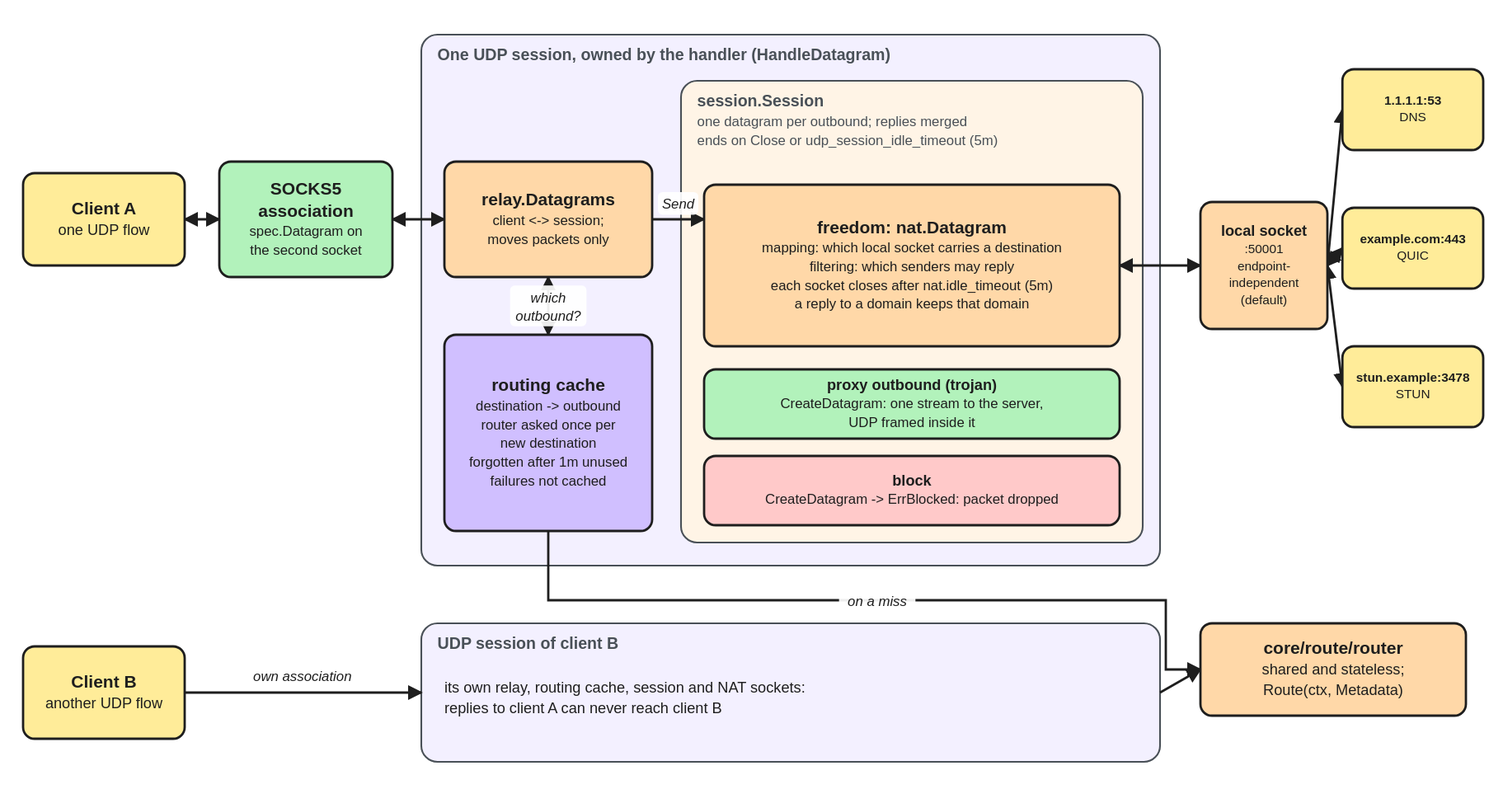
The Excalidraw diagram docs/assets/diagrams/udp-session-structure.excalidraw.svg in we-apranik/apranik, before a commit. Source tidied: one line per element, renumbered; positions are measured from the earlier drawing's top-left corner, leaving out a move shared by most shapes.
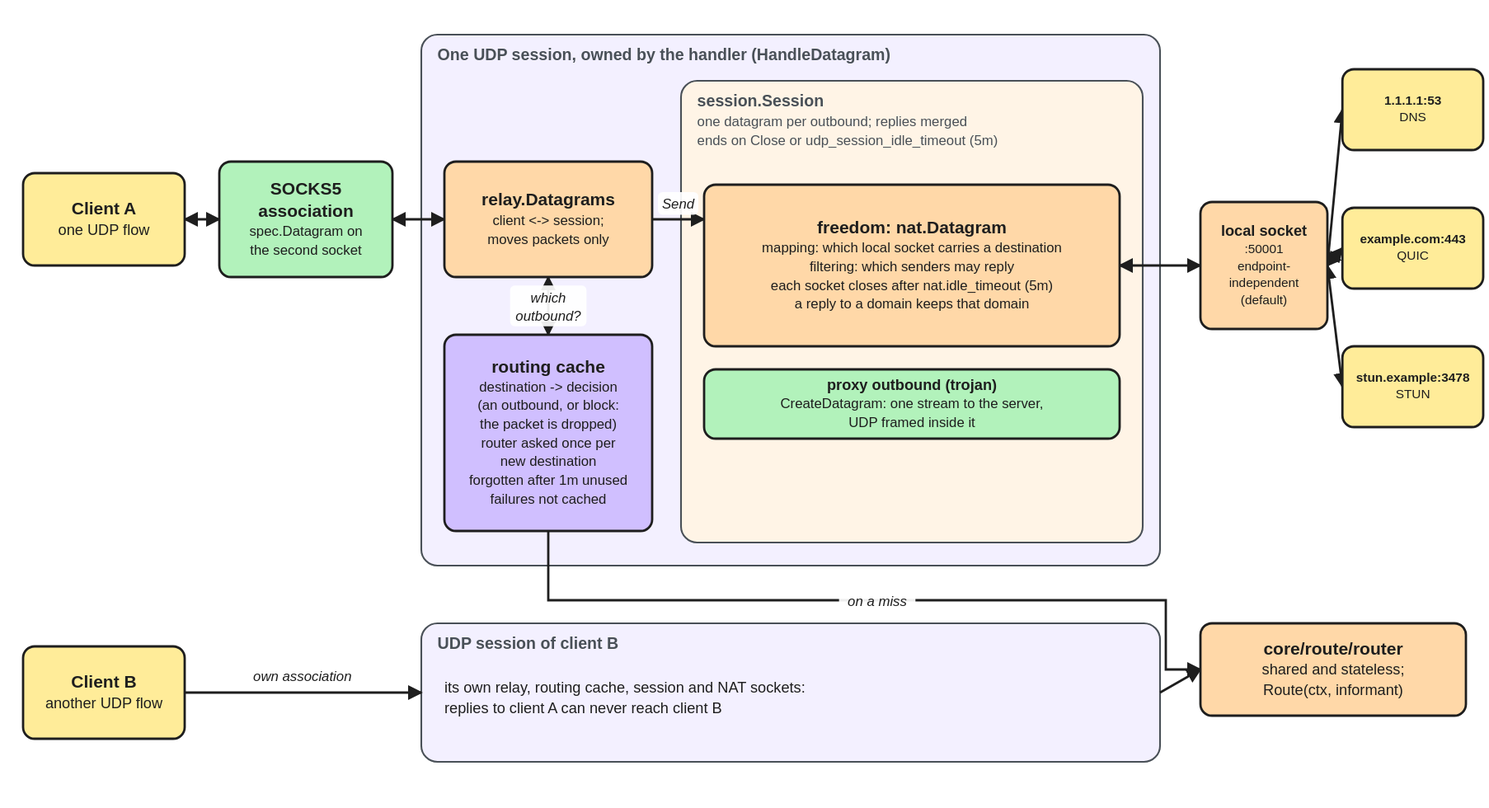
Above is the later version.

Commit message:
Show decisions in the UDP session diagram and drop its block outbound

Diff of the diagram source:
```diff
@@ -11,13 +11,11 @@
 {"id": 10, "type": "rectangle", "strokeColor": "#1e1e1e", "backgroundColor": "#ffd8a8", "fillStyle": "solid", "strokeWidth": 2, "roughness": 0, "round": true, "x": 365, "y": 110, "width": 180, "height": 100}
 {"id": 11, "type": "text", "text": "relay.Datagrams\nclient <-> session;\nmoves packets only", "strokeColor": "#1e1e1e", "strokeWidth": 2, "roughness": 0, "fontSize": 12, "fontFamily": 2, "textAlign": "center", "verticalAlign": "middle", "inside": 10, "x": 365, "y": 110, "width": 180, "height": 45}
 {"id": 12, "type": "rectangle", "strokeColor": "#1e1e1e", "backgroundColor": "#d0bfff", "fillStyle": "solid", "strokeWidth": 2, "roughness": 0, "round": true, "x": 365, "y": 260, "width": 180, "height": 170}
-{"id": 13, "type": "text", "text": "routing cache\ndestination -> outbound\nrouter asked once per\nnew destination\nforgotten after 1m unused\nfailures not cached", "strokeColor": "#1e1e1e", "strokeWidth": 2, "roughness": 0, "fontSize": 12, "fontFamily": 2, "textAlign": "center", "verticalAlign": "middle", "inside": 12, "x": 365, "y": 260, "width": 180, "height": 90}
+{"id": 13, "type": "text", "text": "routing cache\ndestination -> decision\n(an outbound, or block:\nthe packet is dropped)\nrouter asked once per\nnew destination\nforgotten after 1m unused\nfailures not cached", "strokeColor": "#1e1e1e", "strokeWidth": 2, "roughness": 0, "fontSize": 12, "fontFamily": 2, "textAlign": "center", "verticalAlign": "middle", "inside": 12, "x": 365, "y": 260, "width": 180, "height": 120}
 {"id": 14, "type": "rectangle", "strokeColor": "#1e1e1e", "backgroundColor": "#ffd8a8", "fillStyle": "solid", "strokeWidth": 2, "roughness": 0, "round": true, "x": 590, "y": 130, "width": 360, "height": 140}
 {"id": 15, "type": "text", "text": "freedom: nat.Datagram\nmapping: which local socket carries a destination\nfiltering: which senders may reply\neach socket closes after nat.idle_timeout (5m)\na reply to a domain keeps that domain", "strokeColor": "#1e1e1e", "strokeWidth": 2, "roughness": 0, "fontSize": 12, "fontFamily": 2, "textAlign": "center", "verticalAlign": "middle", "inside": 14, "x": 590, "y": 130, "width": 360, "height": 75}
 {"id": 16, "type": "rectangle", "strokeColor": "#1e1e1e", "backgroundColor": "#b2f2bb", "fillStyle": "solid", "strokeWidth": 2, "roughness": 0, "round": true, "x": 590, "y": 290, "width": 360, "height": 60}
 {"id": 17, "type": "text", "text": "proxy outbound (trojan)\nCreateDatagram: one stream to the server,\nUDP framed inside it", "strokeColor": "#1e1e1e", "strokeWidth": 2, "roughness": 0, "fontSize": 12, "fontFamily": 2, "textAlign": "center", "verticalAlign": "middle", "inside": 16, "x": 590, "y": 290, "width": 360, "height": 45}
-{"id": 18, "type": "rectangle", "strokeColor": "#1e1e1e", "backgroundColor": "#ffc9c9", "fillStyle": "solid", "strokeWidth": 2, "roughness": 0, "round": true, "x": 590, "y": 365, "width": 360, "height": 60}
-{"id": 19, "type": "text", "text": "block\nCreateDatagram -> ErrBlocked: packet dropped", "strokeColor": "#1e1e1e", "strokeWidth": 2, "roughness": 0, "fontSize": 12, "fontFamily": 2, "textAlign": "center", "verticalAlign": "middle", "inside": 18, "x": 590, "y": 365, "width": 360, "height": 30}
 {"id": 20, "type": "rectangle", "strokeColor": "#1e1e1e", "backgroundColor": "#ffd8a8", "fillStyle": "solid", "strokeWidth": 2, "roughness": 0, "round": true, "x": 1020, "y": 145, "width": 110, "height": 110}
 {"id": 21, "type": "text", "text": "local socket\n:50001\nendpoint-\nindependent\n(default)", "strokeColor": "#1e1e1e", "strokeWidth": 2, "roughness": 0, "fontSize": 11, "fontFamily": 2, "textAlign": "center", "verticalAlign": "middle", "inside": 20, "x": 1020, "y": 145, "width": 110, "height": 69}
 {"id": 22, "type": "rectangle", "strokeColor": "#1e1e1e", "backgroundColor": "#ffec99", "fillStyle": "solid", "strokeWidth": 2, "roughness": 0, "round": true, "x": 1143, "y": 30, "width": 122, "height": 70}
@@ -27,7 +25,7 @@
 {"id": 26, "type": "rectangle", "strokeColor": "#1e1e1e", "backgroundColor": "#ffec99", "fillStyle": "solid", "strokeWidth": 2, "roughness": 0, "round": true, "x": 1143, "y": 270, "width": 122, "height": 70}
 {"id": 27, "type": "text", "text": "stun.example:3478\nSTUN", "strokeColor": "#1e1e1e", "strokeWidth": 2, "roughness": 0, "fontSize": 11, "fontFamily": 2, "textAlign": "center", "verticalAlign": "middle", "inside": 26, "x": 1143, "y": 270, "width": 122, "height": 28}
 {"id": 28, "type": "rectangle", "strokeColor": "#1e1e1e", "backgroundColor": "#ffd8a8", "fillStyle": "solid", "strokeWidth": 2, "roughness": 0, "round": true, "x": 1020, "y": 510, "width": 230, "height": 80}
-{"id": 29, "type": "text", "text": "core/route/router\nshared and stateless;\nRoute(ctx, Metadata)", "strokeColor": "#1e1e1e", "strokeWidth": 2, "roughness": 0, "fontSize": 13, "fontFamily": 2, "textAlign": "center", "verticalAlign": "middle", "inside": 28, "x": 1020, "y": 510, "width": 230, "height": 49}
+{"id": 29, "type": "text", "text": "core/route/router\nshared and stateless;\nRoute(ctx, informant)", "strokeColor": "#1e1e1e", "strokeWidth": 2, "roughness": 0, "fontSize": 13, "fontFamily": 2, "textAlign": "center", "verticalAlign": "middle", "inside": 28, "x": 1020, "y": 510, "width": 230, "height": 49}
 {"id": 30, "type": "rectangle", "strokeColor": "#1e1e1e", "backgroundColor": "#ffec99", "fillStyle": "solid", "strokeWidth": 2, "roughness": 0, "round": true, "x": 0, "y": 530, "width": 140, "height": 80}
 {"id": 31, "type": "text", "text": "Client B\nanother UDP flow", "strokeColor": "#1e1e1e", "strokeWidth": 2, "roughness": 0, "fontSize": 13, "fontFamily": 2, "textAlign": "center", "verticalAlign": "middle", "inside": 30, "x": 0, "y": 530, "width": 140, "height": 32}
 {"id": 32, "type": "arrow", "strokeColor": "#1e1e1e", "strokeWidth": 2, "roughness": 0, "startArrowhead": "arrow", "endArrowhead": "arrow", "from": 6, "to": 8, "x": 140, "y": 160, "width": 30, "height": 0, "points": [[0, 0], [30, 0]]}
```
